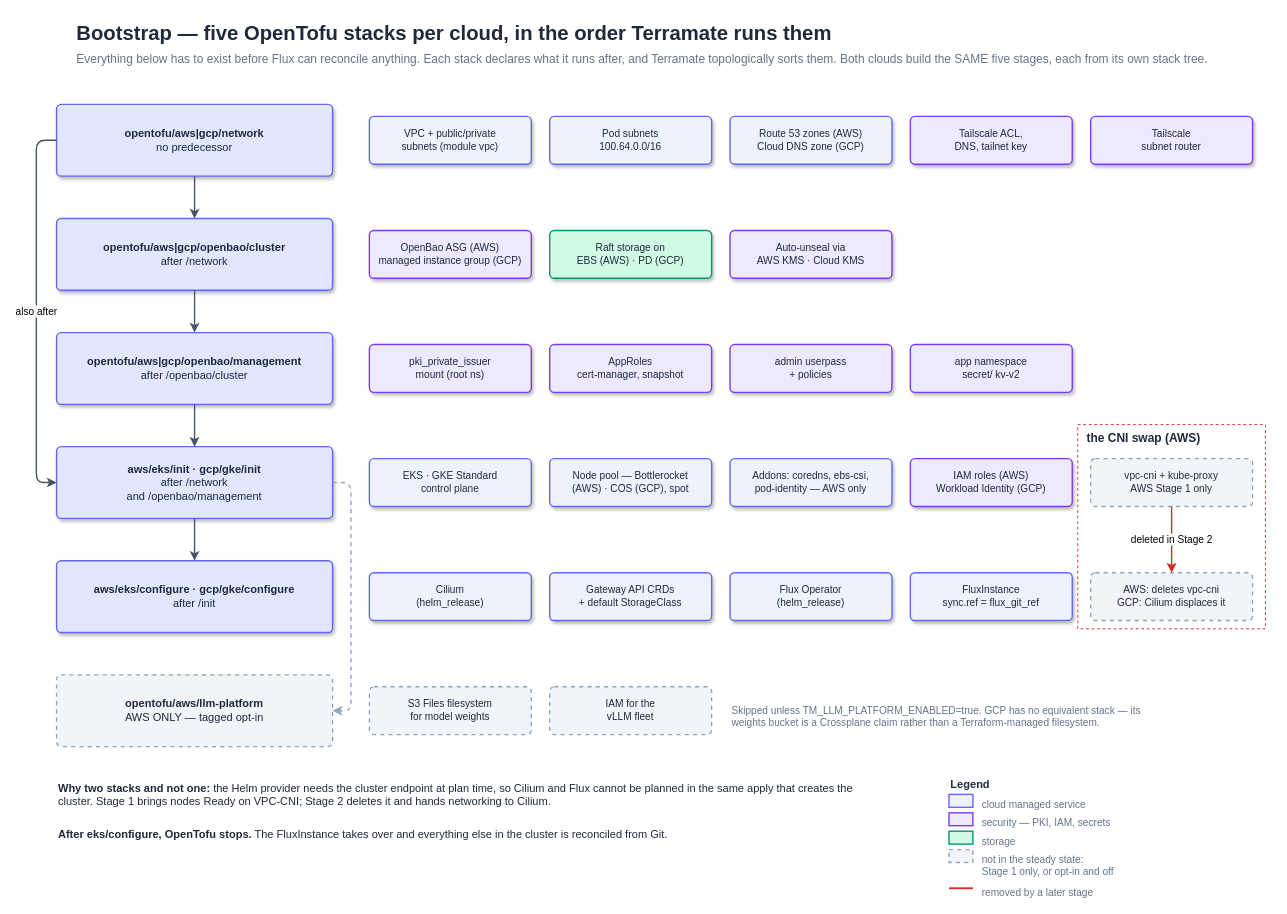
Earlier version of the draw.io diagram docs/architecture/bootstrap-stages.drawio (Smana/cloud-native-ref). Source tidied: cells renumbered, new cells numbered last; positions are measured from the earlier drawing's top-left corner, leaving out a move shared by most shapes. Both pictures are drawn from the tidied source at 92%, with x=0, y=0 at pixel (36, 16).
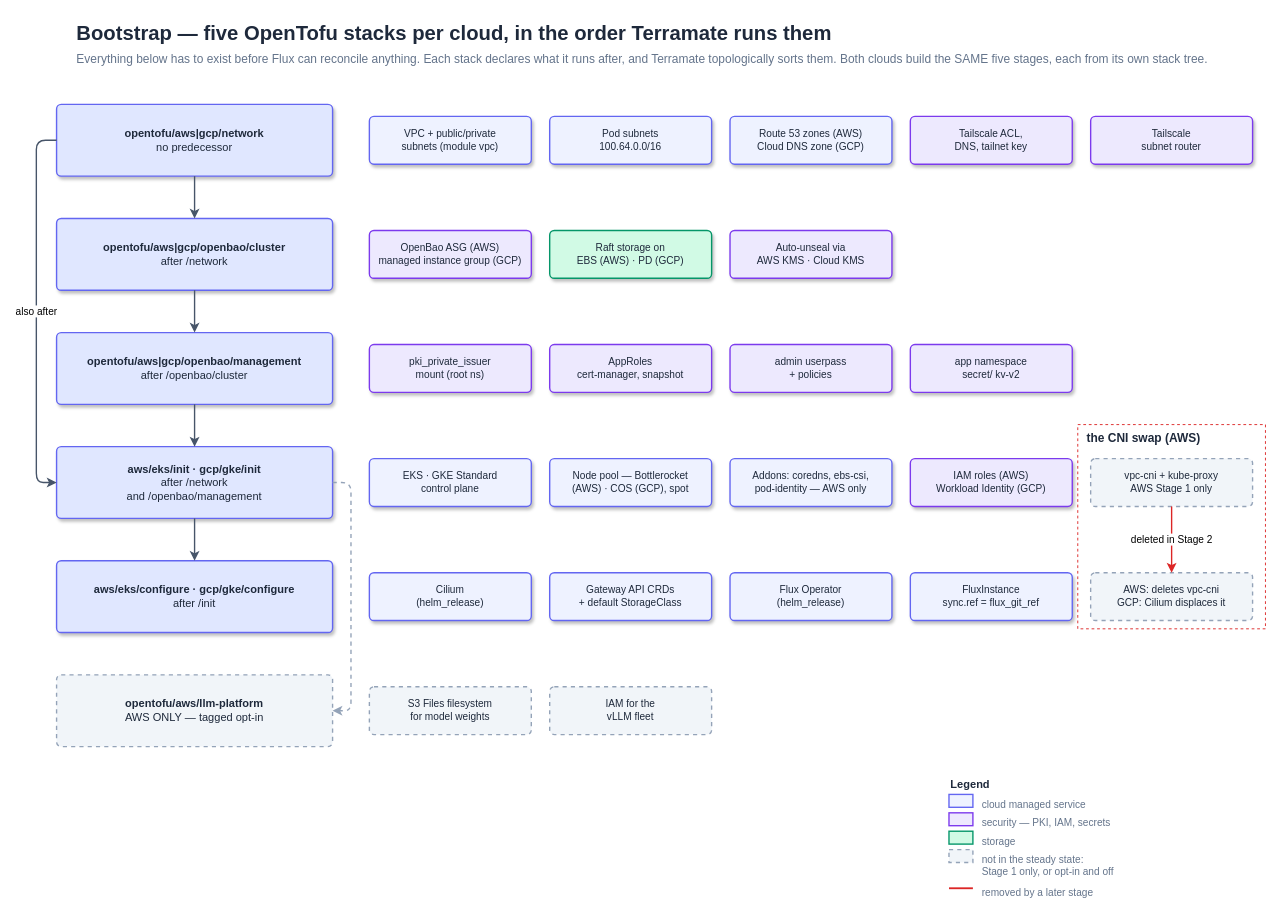
Above is the later version.

What changed in the source:
```diff
@@
-    <mxCell id="34" value="Skipped unless TM_LLM_PLATFORM_ENABLED=true. GCP has no equivalent stack — its weights bucket is a Crossplane claim rather than a Terraform-managed filesystem." style="text;html=1;fontFamily=Helvetica;fontSize=11;fontColor=#64748B;align=left;verticalAlign=top;whiteSpace=wrap;" parent="1" vertex="1">
-      <mxGeometry x="754" y="742" width="480" height="34" as="geometry" />
-    </mxCell>
@@
-    <mxCell id="43" value="&lt;b&gt;Why two stacks and not one:&lt;/b&gt; the Helm provider needs the cluster endpoint at plan time, so Cilium and Flux cannot be planned in the same apply that creates the cluster. Stage 1 brings nodes Ready on VPC-CNI; Stage 2 deletes it and hands networking to Cilium." style="text;html=1;fontFamily=Helvetica;fontSize=12;fontColor=#1E293B;align=left;verticalAlign=top;whiteSpace=wrap;" parent="1" vertex="1">
-      <mxGeometry x="22" y="826" width="900" height="50" as="geometry" />
-    </mxCell>
-    <mxCell id="44" value="&lt;b&gt;After eks/configure, OpenTofu stops.&lt;/b&gt; The FluxInstance takes over and everything else in the cluster is reconciled from Git." style="text;html=1;fontFamily=Helvetica;fontSize=12;fontColor=#1E293B;align=left;verticalAlign=top;whiteSpace=wrap;" parent="1" vertex="1">
-      <mxGeometry x="22" y="876" width="900" height="34" as="geometry" />
-    </mxCell>
```
